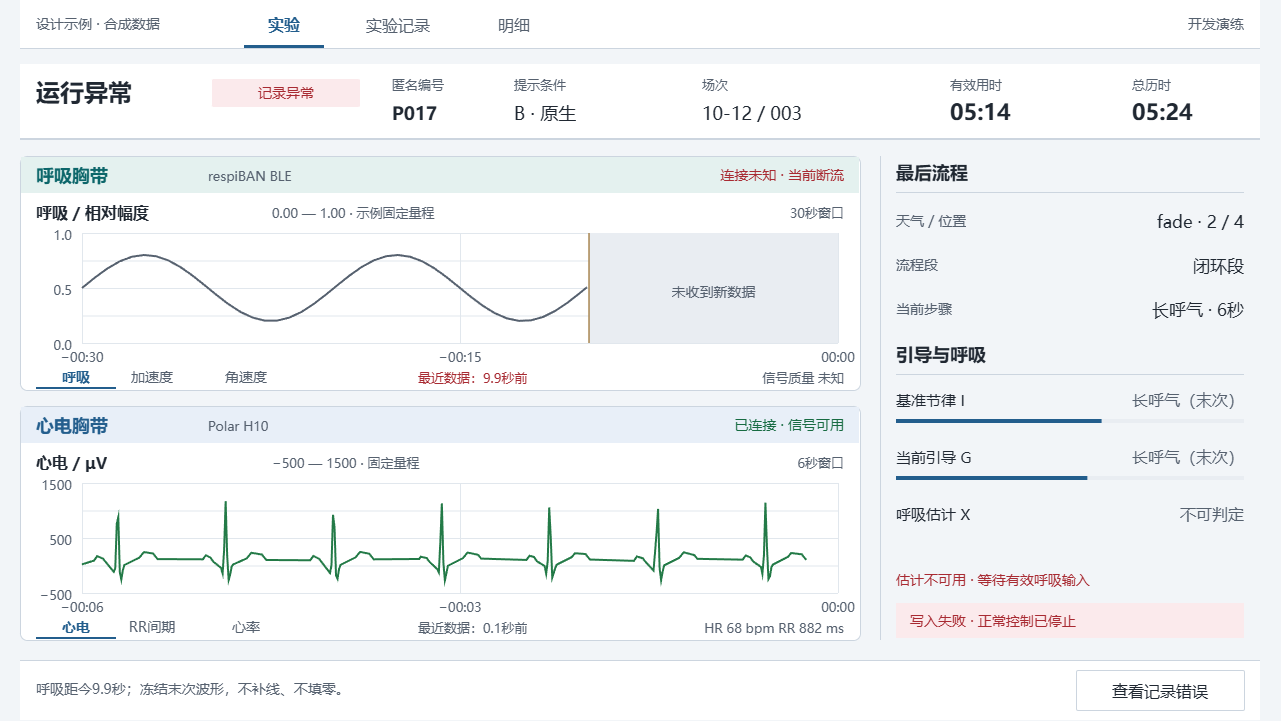
JunyeFu/Emotional-Healing-System keeps this draw.io diagram as human/deliverables/t01-workbench-design-20261012/11-fault.drawio.png. Above is the earlier version. Source tidied: cells renumbered, new cells last; positions are measured from the earlier drawing's top-left corner, leaving out a move shared by most shapes.
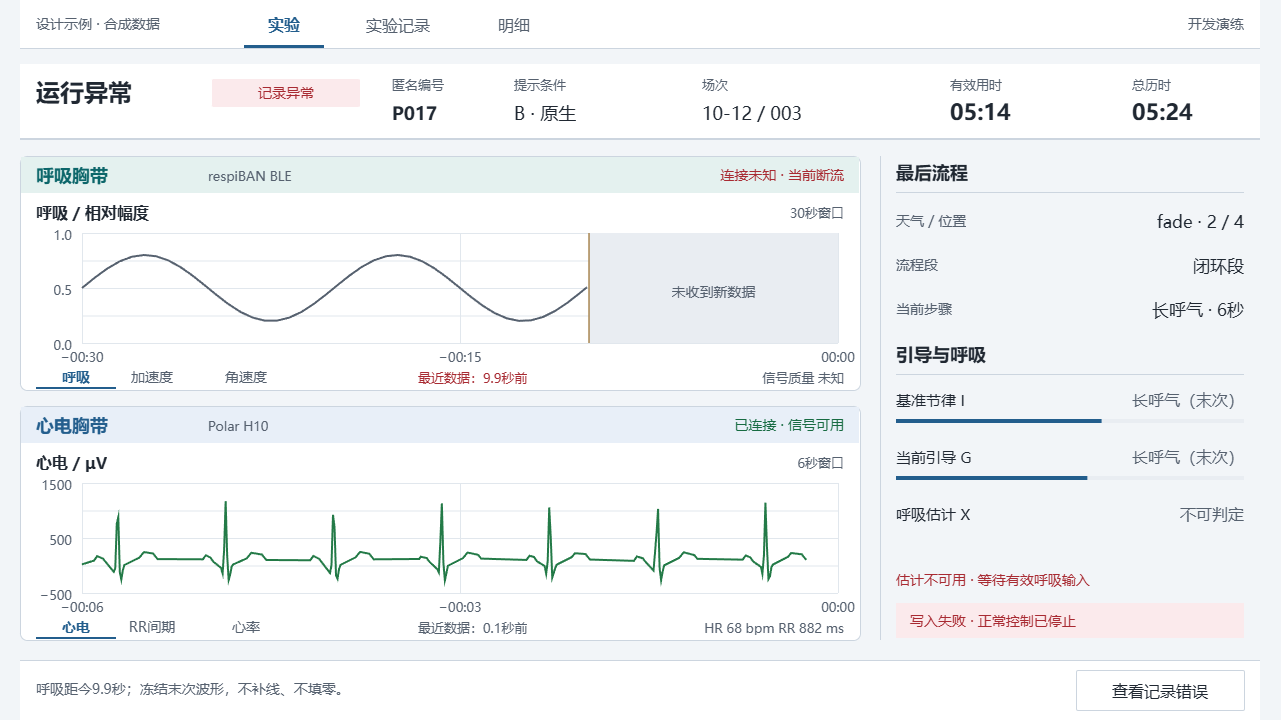
Above is the later version.

What changed in the source:
```diff
@@ -95,9 +95,6 @@
     <mxCell id="32" value="呼吸 / 相对幅度" style="text;html=0;strokeColor=none;fillColor=none;whiteSpace=wrap;overflow=hidden;fontFamily=Microsoft YaHei;fontSize=16;fontColor=#202832;fontStyle=1;align=left;verticalAlign=middle;spacing=0;" parent="1" vertex="1">
       <mxGeometry x="36" y="199" width="226" height="26" as="geometry" />
     </mxCell>
-    <mxCell id="33" value="0.00 — 1.00 · 示例固定量程" style="text;html=0;strokeColor=none;fillColor=none;whiteSpace=wrap;overflow=hidden;fontFamily=Microsoft YaHei;fontSize=13;fontColor=#56616F;fontStyle=0;align=left;verticalAlign=middle;spacing=0;" parent="1" vertex="1">
-      <mxGeometry x="272" y="199" width="360" height="26" as="geometry" />
-    </mxCell>
     <mxCell id="34" value="30秒窗口" style="text;html=0;strokeColor=none;fillColor=none;whiteSpace=wrap;overflow=hidden;fontFamily=Microsoft YaHei;fontSize=13;fontColor=#56616F;fontStyle=0;align=right;verticalAlign=middle;spacing=0;" parent="1" vertex="1">
       <mxGeometry x="726" y="199" width="118" height="26" as="geometry" />
     </mxCell>
@@ -239,9 +236,6 @@
     <mxCell id="64" value="心电 / μV" style="text;html=0;strokeColor=none;fillColor=none;whiteSpace=wrap;overflow=hidden;fontFamily=Microsoft YaHei;fontSize=16;fontColor=#202832;fontStyle=1;align=left;verticalAlign=middle;spacing=0;" parent="1" vertex="1">
       <mxGeometry x="36" y="449" width="226" height="26" as="geometry" />
     </mxCell>
-    <mxCell id="65" value="−500 — 1500 · 固定量程" style="text;html=0;strokeColor=none;fillColor=none;whiteSpace=wrap;overflow=hidden;fontFamily=Microsoft YaHei;fontSize=13;fontColor=#56616F;fontStyle=0;align=left;verticalAlign=middle;spacing=0;" parent="1" vertex="1">
-      <mxGeometry x="272" y="449" width="360" height="26" as="geometry" />
-    </mxCell>
     <mxCell id="66" value="6秒窗口" style="text;html=0;strokeColor=none;fillColor=none;whiteSpace=wrap;overflow=hidden;fontFamily=Microsoft YaHei;fontSize=13;fontColor=#56616F;fontStyle=0;align=right;verticalAlign=middle;spacing=0;" parent="1" vertex="1">
       <mxGeometry x="726" y="449" width="118" height="26" as="geometry" />
     </mxCell>
```
